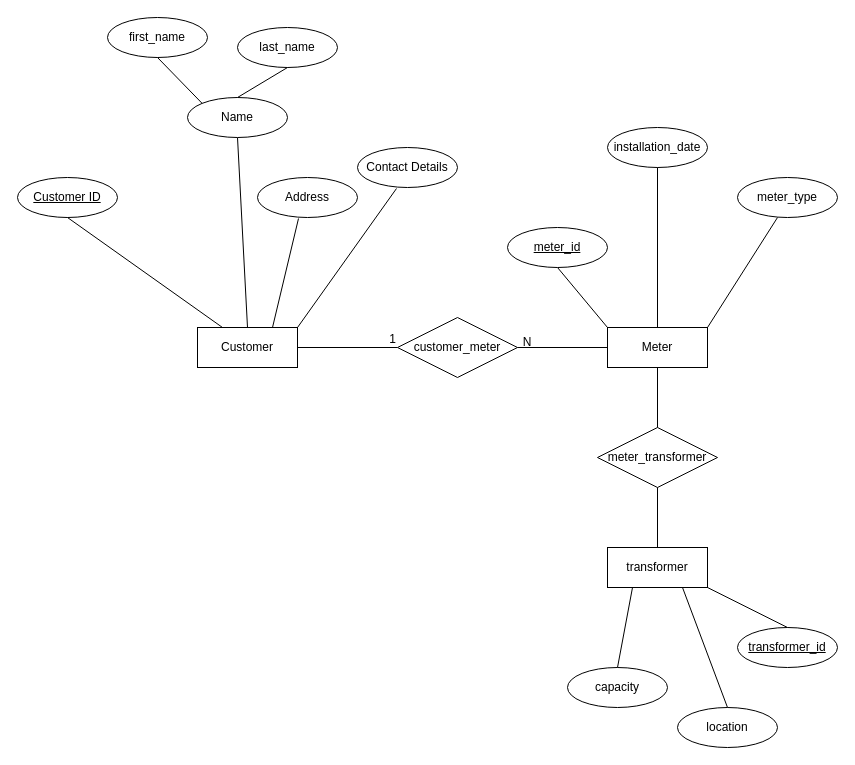
Frederick-Teye/ECG-Entity-Relationship-Diagram keeps this draw.io diagram as ECG Entity Relationship Diagram.drawio. Above is the earlier version. Source tidied: cells renumbered, new cells numbered last; positions are measured from the earlier drawing's top-left corner, leaving out a move shared by most shapes. Both pictures are drawn from the tidied source at 100%, with x=0, y=0 at pixel (17, 17).
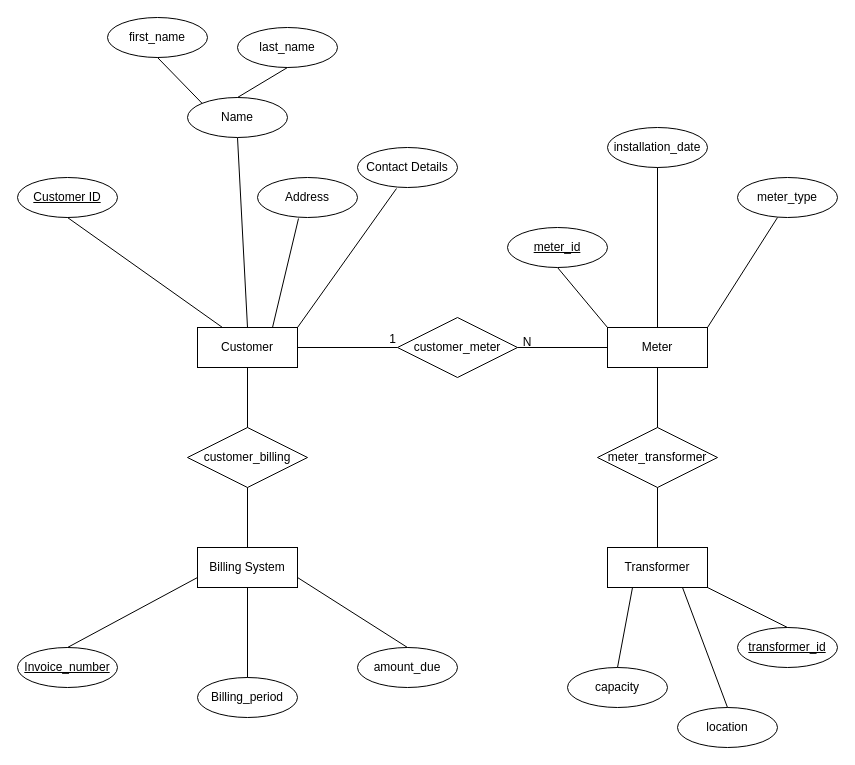
Above is the later version.

Commit message:
Add billing system and it's attributes

Unchanged cells that the change refers to:
```xml
<mxCell id="2" value="Customer" style="whiteSpace=wrap;html=1;align=center;" parent="1" vertex="1">
  <mxGeometry x="180" y="310" width="100" height="40" as="geometry" />
</mxCell>
```

Change to the diagram source:
```diff
@@
-    <mxCell id="29" value="transformer" style="whiteSpace=wrap;html=1;align=center;" parent="1" vertex="1">
+    <mxCell id="29" value="Transformer" style="whiteSpace=wrap;html=1;align=center;" parent="1" vertex="1">
       <mxGeometry x="590" y="530" width="100" height="40" as="geometry" />
     </mxCell>
@@
+    <mxCell id="37" value="customer_billing" style="shape=rhombus;perimeter=rhombusPerimeter;whiteSpace=wrap;html=1;align=center;" parent="1" vertex="1">
+      <mxGeometry x="170" y="410" width="120" height="60" as="geometry" />
+    </mxCell>
+    <mxCell id="38" style="endArrow=none;html=1;rounded=0;entryX=0.5;entryY=0;entryDx=0;entryDy=0;exitX=0.5;exitY=1;exitDx=0;exitDy=0;" parent="1" edge="1" source="2" target="37">
+      <mxGeometry relative="1" as="geometry" />
+    </mxCell>
+    <mxCell id="39" value="Billing System" style="whiteSpace=wrap;html=1;align=center;" parent="1" vertex="1">
+      <mxGeometry x="180" y="530" width="100" height="40" as="geometry" />
+    </mxCell>
+    <mxCell id="40" style="endArrow=none;html=1;rounded=0;entryX=0.5;entryY=0;entryDx=0;entryDy=0;exitX=0.5;exitY=1;exitDx=0;exitDy=0;" parent="1" edge="1" source="37" target="39">
+      <mxGeometry relative="1" as="geometry" />
+    </mxCell>
+    <mxCell id="41" value="Invoice_number" style="ellipse;whiteSpace=wrap;html=1;align=center;fontStyle=4;" parent="1" vertex="1">
+      <mxGeometry y="630" width="100" height="40" as="geometry" />
+    </mxCell>
+    <mxCell id="42" style="endArrow=none;html=1;rounded=0;entryX=0;entryY=0.75;entryDx=0;entryDy=0;exitX=0.5;exitY=0;exitDx=0;exitDy=0;" parent="1" edge="1" source="41" target="39">
+      <mxGeometry relative="1" as="geometry" />
+    </mxCell>
+    <mxCell id="43" value="Billing_period" style="ellipse;whiteSpace=wrap;html=1;align=center;" parent="1" vertex="1">
+      <mxGeometry x="180" y="660" width="100" height="40" as="geometry" />
+    </mxCell>
+    <mxCell id="44" style="endArrow=none;html=1;rounded=0;entryX=0.5;entryY=0;entryDx=0;entryDy=0;exitX=0.5;exitY=1;exitDx=0;exitDy=0;" parent="1" edge="1" source="39" target="43">
+      <mxGeometry relative="1" as="geometry" />
+    </mxCell>
+    <mxCell id="45" value="amount_due" style="ellipse;whiteSpace=wrap;html=1;align=center;" parent="1" vertex="1">
+      <mxGeometry x="340" y="630" width="100" height="40" as="geometry" />
+    </mxCell>
+    <mxCell id="46" style="endArrow=none;html=1;rounded=0;exitX=1;exitY=0.75;exitDx=0;exitDy=0;entryX=0.5;entryY=0;entryDx=0;entryDy=0;" parent="1" edge="1" source="39" target="45">
+      <mxGeometry relative="1" as="geometry" />
+    </mxCell>
```
